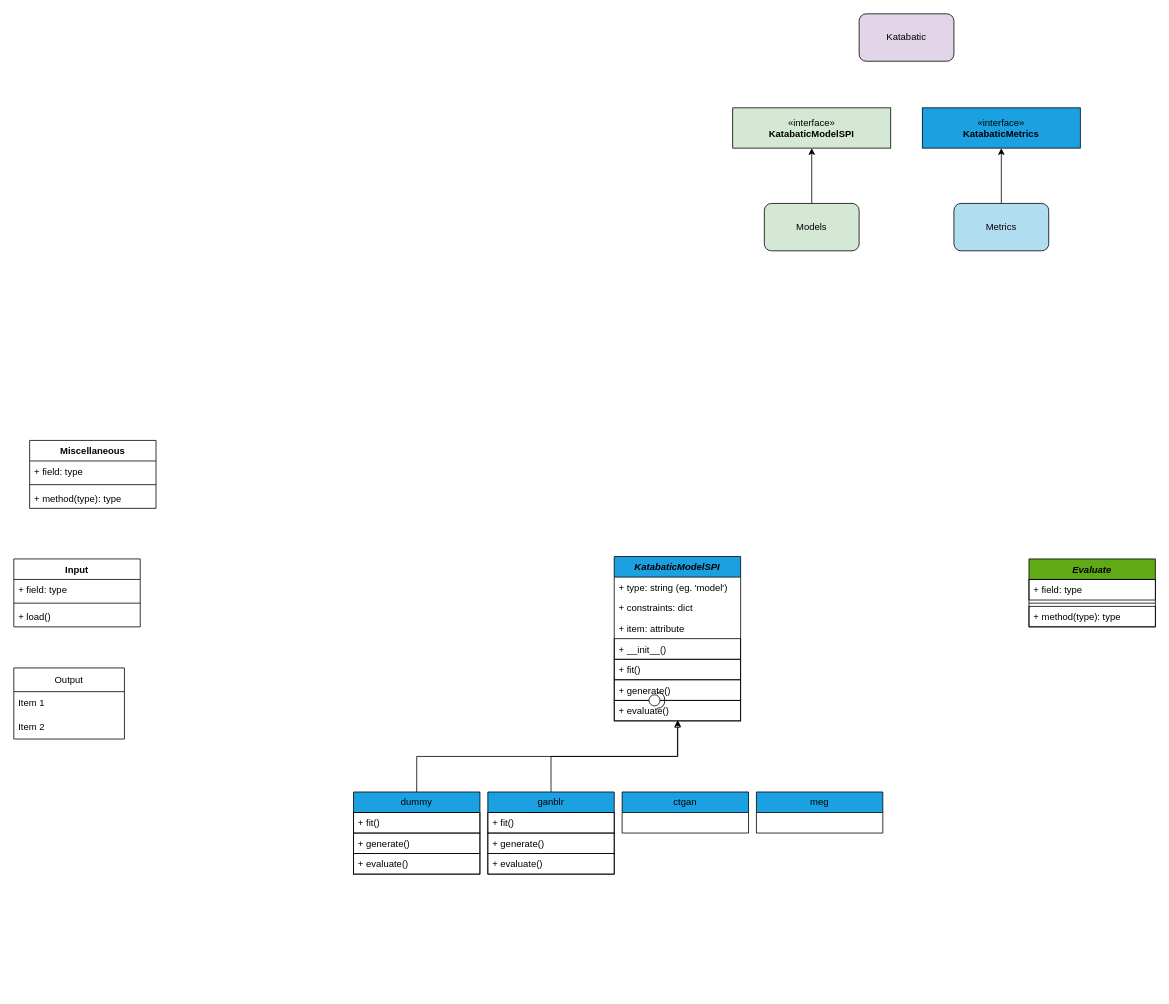
Earlier version of the draw.io diagram Katabatic.drawio (dfatpnuk/katabatic). Source tidied: cells renumbered, new cells numbered last; positions are measured from the earlier drawing's top-left corner, leaving out a move shared by most shapes. Both pictures are drawn from the tidied source at 79%, with x=0, y=0 at pixel (13, 13).
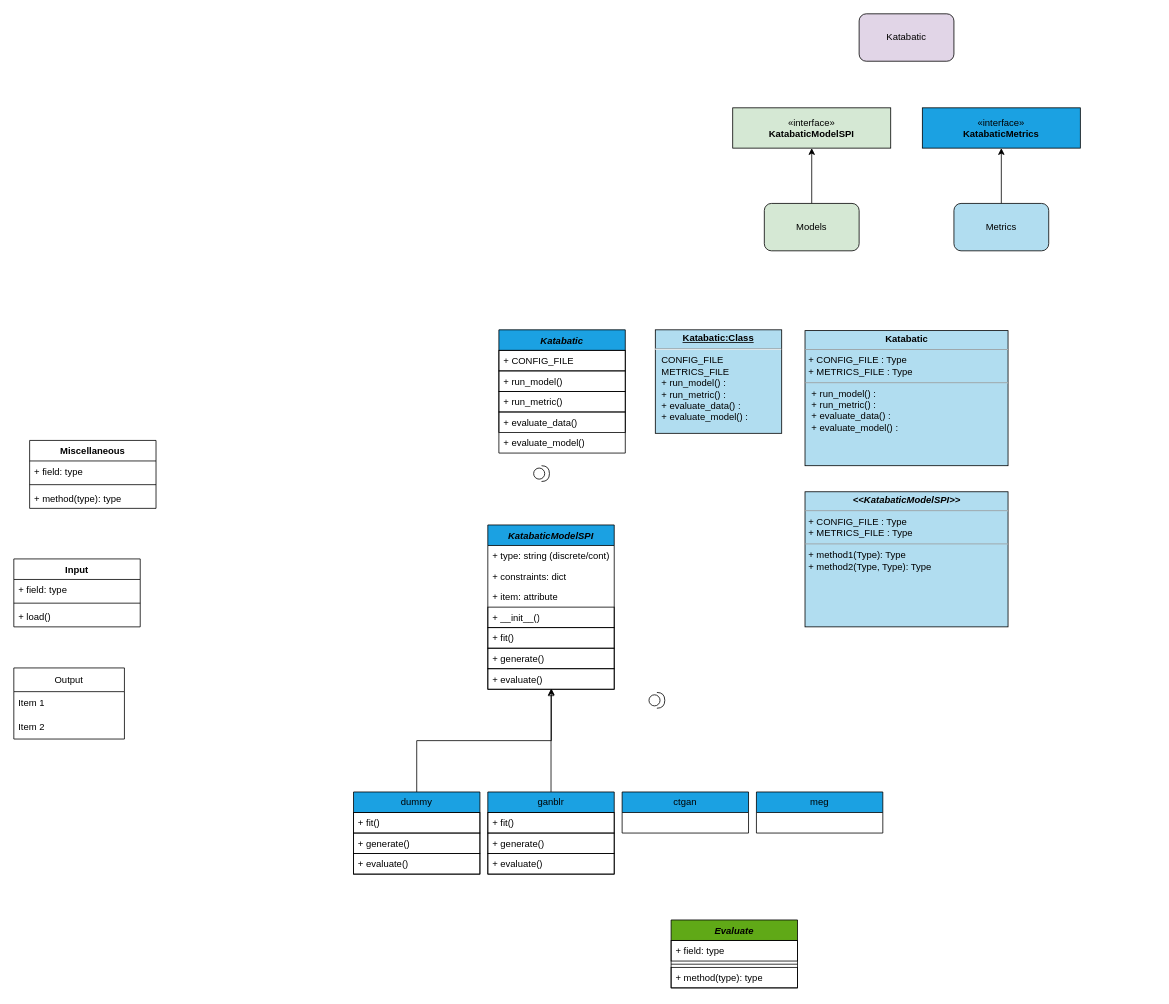
The same diagram, later.

Commit message (it also covers changes not shown here):
add katabatic class and update uml

What changed in the source:
```diff
@@
     <mxCell id="3" value="&lt;i&gt;KatabaticModelSPI&lt;/i&gt;" style="swimlane;fontStyle=1;align=center;verticalAlign=top;horizontal=1;startSize=26;whiteSpace=wrap;html=1;fillColor=#1ba1e2;fontColor=#000000;strokeColor=#000000;" parent="1" vertex="1">
-      <mxGeometry x="760" y="687" width="160" height="208" as="geometry" />
+      <mxGeometry x="600" y="647" width="160" height="208" as="geometry" />
     </mxCell>
-    <mxCell id="4" value="+ type: string (eg. 'model')" style="text;strokeColor=none;fillColor=none;align=left;verticalAlign=top;spacingLeft=4;spacingRight=4;overflow=hidden;whiteSpace=wrap;html=1;fontColor=#000000;" parent="3" vertex="1">
+    <mxCell id="4" value="+ type: string (discrete/cont)" style="text;strokeColor=none;fillColor=none;align=left;verticalAlign=top;spacingLeft=4;spacingRight=4;overflow=hidden;whiteSpace=wrap;html=1;fontColor=#000000;" parent="3" vertex="1">
       <mxGeometry y="26" width="160" height="26" as="geometry" />
     </mxCell>
@@
     <mxCell id="11" value="&lt;i&gt;Evaluate&lt;/i&gt;" style="swimlane;fontStyle=1;align=center;verticalAlign=top;horizontal=1;startSize=26;whiteSpace=wrap;html=1;fillColor=#60a917;fontColor=#000000;strokeColor=#000000;" parent="1" vertex="1">
-      <mxGeometry x="1285" y="690" width="160" height="86" as="geometry" />
+      <mxGeometry x="832" y="1147" width="160" height="86" as="geometry" />
     </mxCell>
@@
+    <mxCell id="45" value="&lt;i&gt;Katabatic&lt;/i&gt;" style="swimlane;fontStyle=1;align=center;verticalAlign=top;horizontal=1;startSize=26;whiteSpace=wrap;html=1;fillColor=#1ba1e2;fontColor=#000000;strokeColor=#000000;" parent="1" vertex="1">
+      <mxGeometry x="614" y="400" width="160" height="156" as="geometry" />
+    </mxCell>
+    <mxCell id="46" value="+ CONFIG_FILE" style="text;strokeColor=#000000;fillColor=none;align=left;verticalAlign=top;spacingLeft=4;spacingRight=4;overflow=hidden;whiteSpace=wrap;html=1;fontColor=#000000;" parent="45" vertex="1">
+      <mxGeometry y="26" width="160" height="26" as="geometry" />
+    </mxCell>
+    <mxCell id="47" value="+ run_model()" style="text;strokeColor=#000000;fillColor=none;align=left;verticalAlign=top;spacingLeft=4;spacingRight=4;overflow=hidden;whiteSpace=wrap;html=1;fontColor=#000000;" parent="45" vertex="1">
+      <mxGeometry y="52" width="160" height="26" as="geometry" />
+    </mxCell>
+    <mxCell id="48" value="+ run_metric()" style="text;strokeColor=#000000;fillColor=none;align=left;verticalAlign=top;spacingLeft=4;spacingRight=4;overflow=hidden;whiteSpace=wrap;html=1;fontColor=#000000;" parent="45" vertex="1">
+      <mxGeometry y="78" width="160" height="26" as="geometry" />
+    </mxCell>
+    <mxCell id="49" value="+ evaluate_data()" style="text;strokeColor=#000000;fillColor=none;align=left;verticalAlign=top;spacingLeft=4;spacingRight=4;overflow=hidden;whiteSpace=wrap;html=1;fontColor=#000000;" parent="45" vertex="1">
+      <mxGeometry y="104" width="160" height="26" as="geometry" />
+    </mxCell>
+    <mxCell id="50" value="+ evaluate_model()" style="text;strokeColor=none;fillColor=none;align=left;verticalAlign=top;spacingLeft=4;spacingRight=4;overflow=hidden;whiteSpace=wrap;html=1;fontColor=#000000;" parent="45" vertex="1">
+      <mxGeometry y="130" width="160" height="26" as="geometry" />
+    </mxCell>
+    <mxCell id="51" style="shape=providedRequiredInterface;html=1;verticalLabelPosition=bottom;sketch=0;" parent="1" vertex="1">
+      <mxGeometry x="658" y="572" width="20" height="20" as="geometry" />
+    </mxCell>
+    <mxCell id="52" value="&lt;p style=&quot;margin:0px;margin-top:4px;text-align:center;text-decoration:underline;&quot;&gt;&lt;b&gt;Katabatic:Class&lt;/b&gt;&lt;/p&gt;&lt;hr&gt;&lt;p style=&quot;margin:0px;margin-left:8px;&quot;&gt;CONFIG_FILE&lt;br&gt;METRICS_FILE&lt;br&gt;+ run_model() :&amp;nbsp;&lt;br&gt;&lt;/p&gt;&lt;p style=&quot;margin:0px;margin-left:8px;&quot;&gt;+ run_metric() :&amp;nbsp;&lt;br&gt;&lt;/p&gt;&lt;p style=&quot;margin:0px;margin-left:8px;&quot;&gt;+ evaluate_data() :&amp;nbsp;&lt;br&gt;&lt;/p&gt;&lt;p style=&quot;margin:0px;margin-left:8px;&quot;&gt;+ evaluate_model() :&amp;nbsp;&lt;br&gt;&lt;/p&gt;&lt;p style=&quot;margin:0px;margin-left:8px;&quot;&gt;&lt;br&gt;&lt;/p&gt;" style="verticalAlign=top;align=left;overflow=fill;fontSize=12;fontFamily=Helvetica;html=1;whiteSpace=wrap;fillColor=#b1ddf0;strokeColor=#000000;fontColor=#000000;" parent="1" vertex="1">
+      <mxGeometry x="812" y="400" width="160" height="131" as="geometry" />
+    </mxCell>
+    <mxCell id="53" value="&lt;p style=&quot;margin:0px;margin-top:4px;text-align:center;&quot;&gt;&lt;b&gt;Katabatic&lt;/b&gt;&lt;/p&gt;&lt;hr size=&quot;1&quot;&gt;&lt;p style=&quot;margin:0px;margin-left:4px;&quot;&gt;+ CONFIG_FILE : Type&lt;br&gt;+ METRICS_FILE : Type&lt;/p&gt;&lt;hr size=&quot;1&quot;&gt;&lt;p style=&quot;margin: 0px 0px 0px 8px;&quot;&gt;+ run_model() :&amp;nbsp;&lt;br&gt;&lt;/p&gt;&lt;p style=&quot;margin: 0px 0px 0px 8px;&quot;&gt;+ run_metric() :&amp;nbsp;&lt;br&gt;&lt;/p&gt;&lt;p style=&quot;margin: 0px 0px 0px 8px;&quot;&gt;+ evaluate_data() :&amp;nbsp;&lt;br&gt;&lt;/p&gt;&lt;p style=&quot;margin: 0px 0px 0px 8px;&quot;&gt;+ evaluate_model() :&amp;nbsp;&lt;br&gt;&lt;/p&gt;&lt;p style=&quot;margin: 0px 0px 0px 8px;&quot;&gt;&lt;br&gt;&lt;/p&gt;" style="verticalAlign=top;align=left;overflow=fill;fontSize=12;fontFamily=Helvetica;html=1;whiteSpace=wrap;fillColor=#b1ddf0;strokeColor=#000000;fontColor=#000000;" parent="1" vertex="1">
+      <mxGeometry x="1001.5" y="401" width="257" height="171" as="geometry" />
+    </mxCell>
+    <mxCell id="54" value="&lt;p style=&quot;margin:0px;margin-top:4px;text-align:center;&quot;&gt;&lt;i&gt;&lt;b&gt;&amp;lt;&amp;lt;KatabaticModelSPI&amp;gt;&amp;gt;&lt;/b&gt;&lt;/i&gt;&lt;br&gt;&lt;/p&gt;&lt;hr size=&quot;1&quot;&gt;&lt;p style=&quot;margin:0px;margin-left:4px;&quot;&gt;+ CONFIG_FILE : Type&lt;br&gt;+ METRICS_FILE : Type&lt;/p&gt;&lt;hr size=&quot;1&quot;&gt;&lt;p style=&quot;margin:0px;margin-left:4px;&quot;&gt;+ method1(Type): Type&lt;br&gt;+ method2(Type, Type): Type&lt;/p&gt;" style="verticalAlign=top;align=left;overflow=fill;fontSize=12;fontFamily=Helvetica;html=1;whiteSpace=wrap;fillColor=#b1ddf0;strokeColor=#000000;fontColor=#000000;" parent="1" vertex="1">
+      <mxGeometry x="1001.5" y="605" width="257" height="171" as="geometry" />
+    </mxCell>
```
